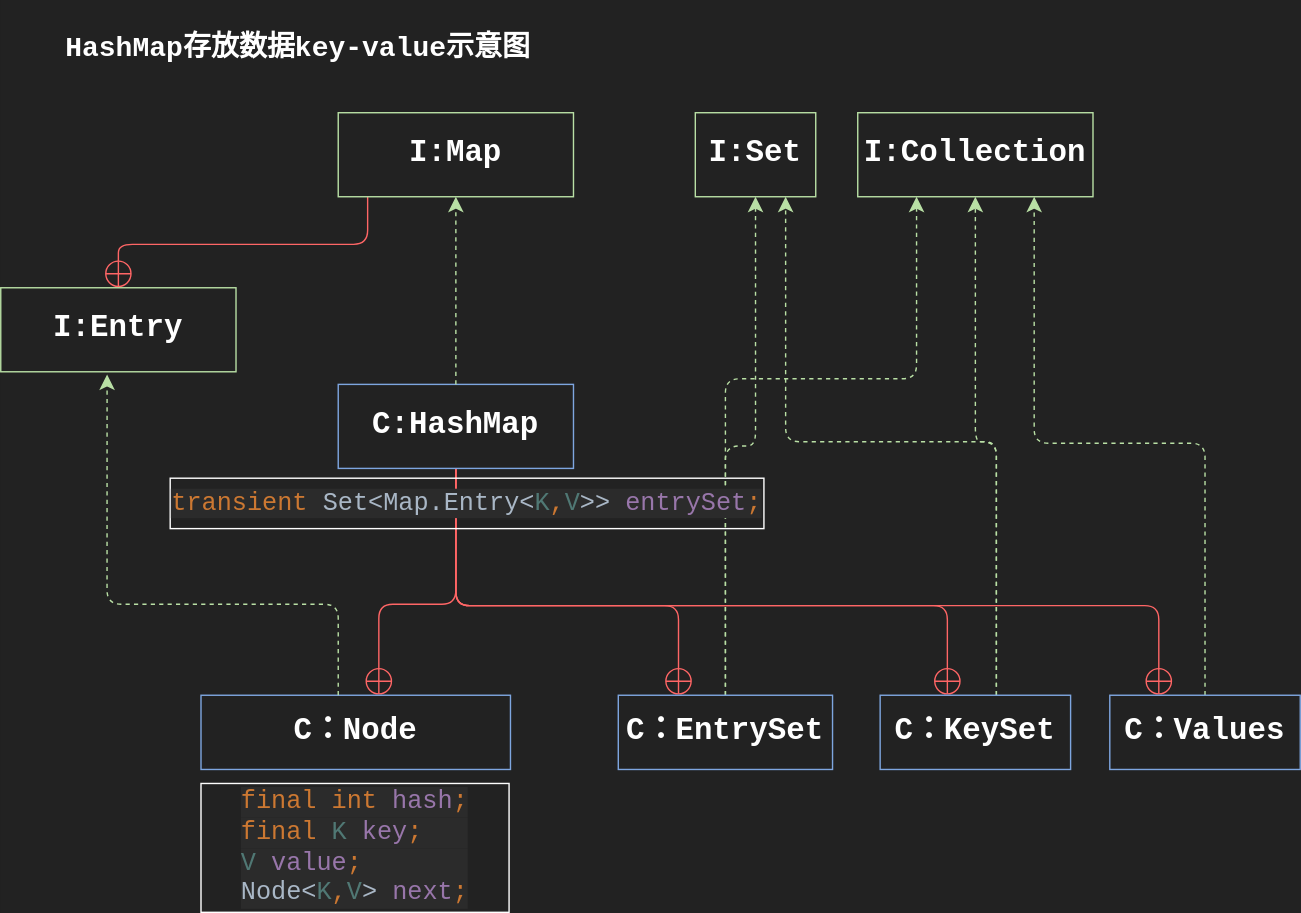
Earlier version of the draw.io export drawio/MapInterface.svg (Stolorzs/Picgo). Source tidied: cells renumbered, new cells last; positions are measured from the earlier drawing's top-left corner, leaving out a move shared by most shapes.
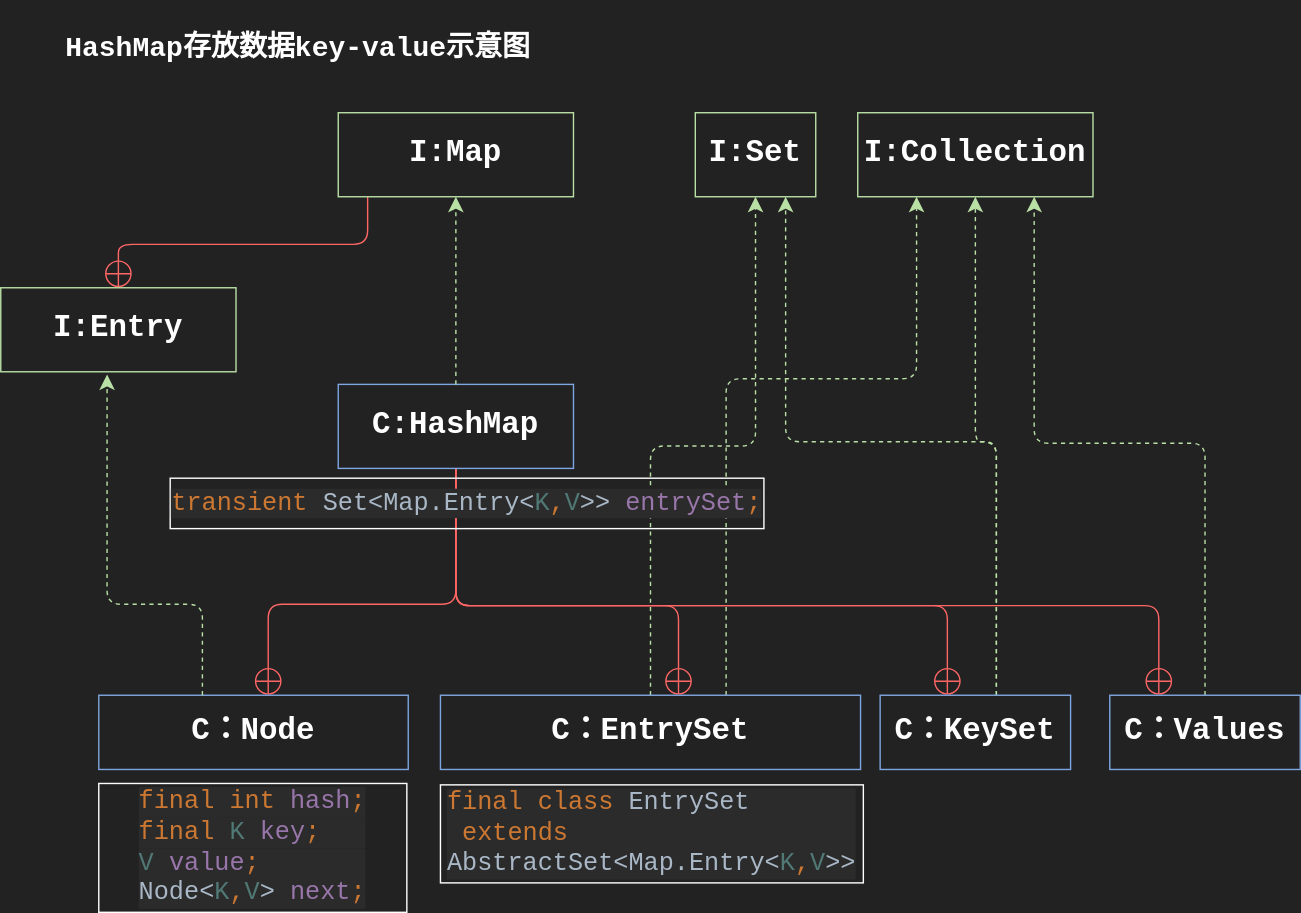
Later version of the same file.

The edit, as a diff of the source:
```diff
@@ -3,13 +3,13 @@
     <mxCell id="0" />
     <mxCell id="1" parent="0" />
     <mxCell id="2" value="&lt;div style=&quot;text-align: start; background-color: rgb(43, 43, 43); color: rgb(169, 183, 198); font-family: &amp;quot;JetBrains Mono&amp;quot;, monospace; white-space: pre; font-size: 18px;&quot;&gt;&lt;font style=&quot;font-size: 18px;&quot;&gt;&lt;span style=&quot;color: rgb(204, 120, 50);&quot;&gt;final int &lt;/span&gt;&lt;span style=&quot;color: rgb(152, 118, 170);&quot;&gt;hash&lt;/span&gt;&lt;span style=&quot;color: rgb(204, 120, 50);&quot;&gt;;&lt;/span&gt;&lt;/font&gt;&lt;/div&gt;&lt;div style=&quot;text-align: start; background-color: rgb(43, 43, 43); color: rgb(169, 183, 198); font-family: &amp;quot;JetBrains Mono&amp;quot;, monospace; white-space: pre; font-size: 18px;&quot;&gt;&lt;font style=&quot;font-size: 18px;&quot;&gt;&lt;span style=&quot;color: rgb(204, 120, 50);&quot;&gt;final &lt;/span&gt;&lt;span style=&quot;color: rgb(80, 120, 116);&quot;&gt;K &lt;/span&gt;&lt;span style=&quot;color: rgb(152, 118, 170);&quot;&gt;key&lt;/span&gt;&lt;span style=&quot;color: rgb(204, 120, 50);&quot;&gt;;&lt;/span&gt;&lt;/font&gt;&lt;/div&gt;&lt;div style=&quot;text-align: start; background-color: rgb(43, 43, 43); color: rgb(169, 183, 198); font-family: &amp;quot;JetBrains Mono&amp;quot;, monospace; white-space: pre; font-size: 18px;&quot;&gt;&lt;div&gt;&lt;font style=&quot;font-size: 18px;&quot;&gt;&lt;span style=&quot;color: rgb(80, 120, 116);&quot;&gt;V &lt;/span&gt;&lt;span style=&quot;color: rgb(152, 118, 170);&quot;&gt;value&lt;/span&gt;&lt;span style=&quot;color: rgb(204, 120, 50);&quot;&gt;;&lt;/span&gt;&lt;/font&gt;&lt;/div&gt;&lt;div&gt;&lt;font style=&quot;font-size: 18px;&quot;&gt;Node&amp;lt;&lt;span style=&quot;color: rgb(80, 120, 116);&quot;&gt;K&lt;/span&gt;&lt;span style=&quot;color: rgb(204, 120, 50);&quot;&gt;,&lt;/span&gt;&lt;span style=&quot;color: rgb(80, 120, 116);&quot;&gt;V&lt;/span&gt;&amp;gt; &lt;span style=&quot;color: rgb(152, 118, 170);&quot;&gt;next&lt;/span&gt;&lt;span style=&quot;color: rgb(204, 120, 50);&quot;&gt;;&lt;/span&gt;&lt;/font&gt;&lt;/div&gt;&lt;/div&gt;" style="whiteSpace=wrap;html=1;fillColor=none;strokeColor=#FFFFFF;" parent="1" vertex="1">
-      <mxGeometry x="143" y="559" width="220" height="92" as="geometry" />
+      <mxGeometry x="70" y="559" width="220" height="92" as="geometry" />
     </mxCell>
     <mxCell id="3" style="edgeStyle=orthogonalEdgeStyle;rounded=1;jettySize=auto;html=1;fontSize=12;startSize=8;endSize=8;strokeColor=#FF6666;endArrow=circlePlus;endFill=0;" parent="1" edge="1" source="7" target="10">
       <mxGeometry relative="1" as="geometry">
         <Array as="points">
           <mxPoint x="325" y="431" />
-          <mxPoint x="270" y="431" />
+          <mxPoint x="191" y="431" />
         </Array>
       </mxGeometry>
     </mxCell>
@@ -52,7 +52,7 @@
       <mxGeometry x="241" y="80" width="168" height="60" as="geometry" />
     </mxCell>
     <mxCell id="10" value="&lt;font face=&quot;Courier New&quot; color=&quot;#ffffff&quot;&gt;&lt;span style=&quot;caret-color: rgb(255, 255, 255); font-size: 22px;&quot;&gt;&lt;b&gt;C：Node&lt;/b&gt;&lt;/span&gt;&lt;/font&gt;" style="whiteSpace=wrap;html=1;fillColor=none;strokeColor=#7EA6E0;" parent="1" vertex="1">
-      <mxGeometry x="143" y="496" width="221" height="53" as="geometry" />
+      <mxGeometry x="70" y="496" width="221" height="53" as="geometry" />
     </mxCell>
     <mxCell id="11" value="&lt;font color=&quot;#ffffff&quot; style=&quot;font-size: 22px;&quot; face=&quot;Courier New&quot;&gt;&lt;b&gt;I:Entry&lt;/b&gt;&lt;/font&gt;" style="whiteSpace=wrap;html=1;fillColor=none;strokeColor=#B9E0A5;" parent="1" vertex="1">
       <mxGeometry y="205" width="168" height="60" as="geometry" />
@@ -60,7 +60,7 @@
     <mxCell id="12" style="edgeStyle=orthogonalEdgeStyle;rounded=1;jettySize=auto;html=1;entryX=0.452;entryY=1.033;entryDx=0;entryDy=0;entryPerimeter=0;dashed=1;strokeColor=#B9E0A5;align=center;verticalAlign=middle;fontFamily=Helvetica;fontSize=12;fontColor=default;labelBackgroundColor=default;startSize=8;endArrow=classic;endSize=8;curved=0;" parent="1" edge="1" source="10" target="11">
       <mxGeometry relative="1" as="geometry">
         <Array as="points">
-          <mxPoint x="241" y="431" />
+          <mxPoint x="144" y="431" />
           <mxPoint x="76" y="431" />
         </Array>
       </mxGeometry>
@@ -119,10 +119,13 @@
       </mxGeometry>
     </mxCell>
     <mxCell id="24" value="&lt;font face=&quot;Courier New&quot; color=&quot;#ffffff&quot;&gt;&lt;span style=&quot;caret-color: rgb(255, 255, 255); font-size: 22px;&quot;&gt;&lt;b&gt;C：EntrySet&lt;/b&gt;&lt;/span&gt;&lt;/font&gt;" style="whiteSpace=wrap;html=1;fillColor=none;strokeColor=#7EA6E0;" parent="1" vertex="1">
-      <mxGeometry x="441" y="496" width="153" height="53" as="geometry" />
+      <mxGeometry x="314" y="496" width="300" height="53" as="geometry" />
     </mxCell>
     <mxCell id="25" value="&lt;div style=&quot;text-align: start; background-color: rgb(43, 43, 43); color: rgb(169, 183, 198); font-family: &amp;quot;JetBrains Mono&amp;quot;, monospace; white-space: pre; font-size: 18px;&quot;&gt;&lt;div style=&quot;&quot;&gt;&lt;span style=&quot;color: rgb(204, 120, 50);&quot;&gt;transient &lt;/span&gt;Set&amp;lt;Map.Entry&amp;lt;&lt;span style=&quot;color: rgb(80, 120, 116);&quot;&gt;K&lt;/span&gt;&lt;span style=&quot;color: rgb(204, 120, 50);&quot;&gt;,&lt;/span&gt;&lt;span style=&quot;color: rgb(80, 120, 116);&quot;&gt;V&lt;/span&gt;&amp;gt;&amp;gt; &lt;span style=&quot;color: rgb(152, 118, 170);&quot;&gt;entrySet&lt;/span&gt;&lt;span style=&quot;color: rgb(204, 120, 50);&quot;&gt;;&lt;/span&gt;&lt;/div&gt;&lt;/div&gt;" style="whiteSpace=wrap;html=1;fillColor=none;strokeColor=#FFFFFF;" parent="1" vertex="1">
       <mxGeometry x="121" y="341" width="424" height="36" as="geometry" />
     </mxCell>
+    <mxCell id="26" value="&lt;div style=&quot;text-align: start; background-color: rgb(43, 43, 43); color: rgb(169, 183, 198); font-family: &amp;quot;JetBrains Mono&amp;quot;, monospace; font-size: 18px; white-space: pre;&quot;&gt;&lt;div style=&quot;&quot;&gt;&lt;span style=&quot;color: rgb(204, 120, 50);&quot;&gt;final class &lt;/span&gt;EntrySet&lt;/div&gt;&lt;div style=&quot;&quot;&gt; &lt;span style=&quot;color: rgb(204, 120, 50);&quot;&gt;extends&amp;nbsp;&lt;/span&gt;&lt;/div&gt;&lt;div style=&quot;&quot;&gt;AbstractSet&amp;lt;Map.Entry&amp;lt;&lt;span style=&quot;color: rgb(80, 120, 116);&quot;&gt;K&lt;/span&gt;&lt;span style=&quot;color: rgb(204, 120, 50);&quot;&gt;,&lt;/span&gt;&lt;span style=&quot;color: rgb(80, 120, 116);&quot;&gt;V&lt;/span&gt;&amp;gt;&amp;gt;&lt;/div&gt;&lt;/div&gt;" style="whiteSpace=wrap;html=1;fillColor=none;strokeColor=#FFFFFF;" parent="1" vertex="1">
+      <mxGeometry x="314" y="560" width="302" height="70" as="geometry" />
+    </mxCell>
   </root>
 </mxGraphModel>
```
